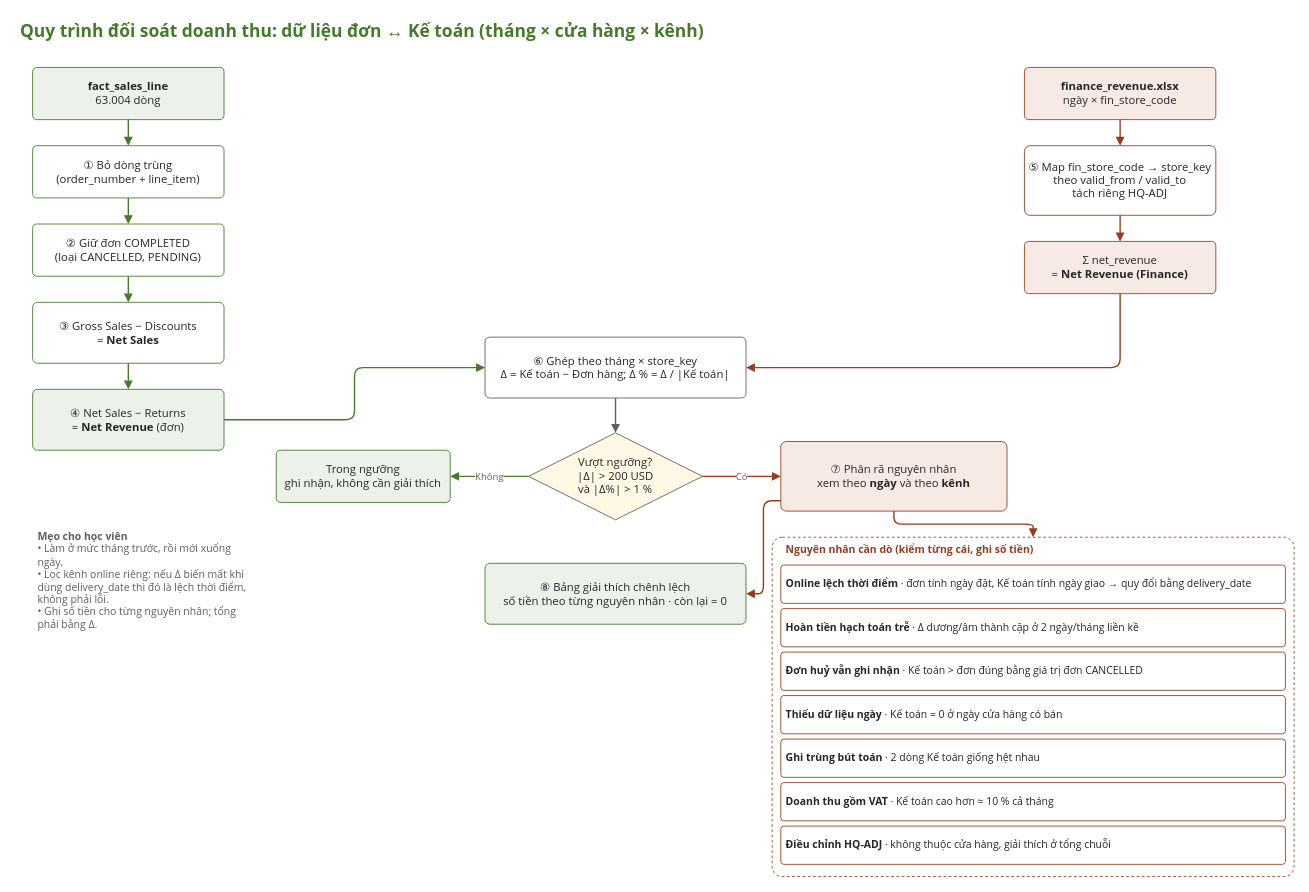
Above: Sales/Sales Data/Project 1/diagrams/03_quy_trinh_doi_soat.drawio in nguyennguyenphuc/eDA-Mentor (draw.io), before the change. Source tidied: cells renumbered, new cells numbered last; positions are measured from the earlier drawing's top-left corner, leaving out a move shared by most shapes. Both pictures are drawn from the tidied source at 87%, with x=0, y=0 at pixel (15, 15).
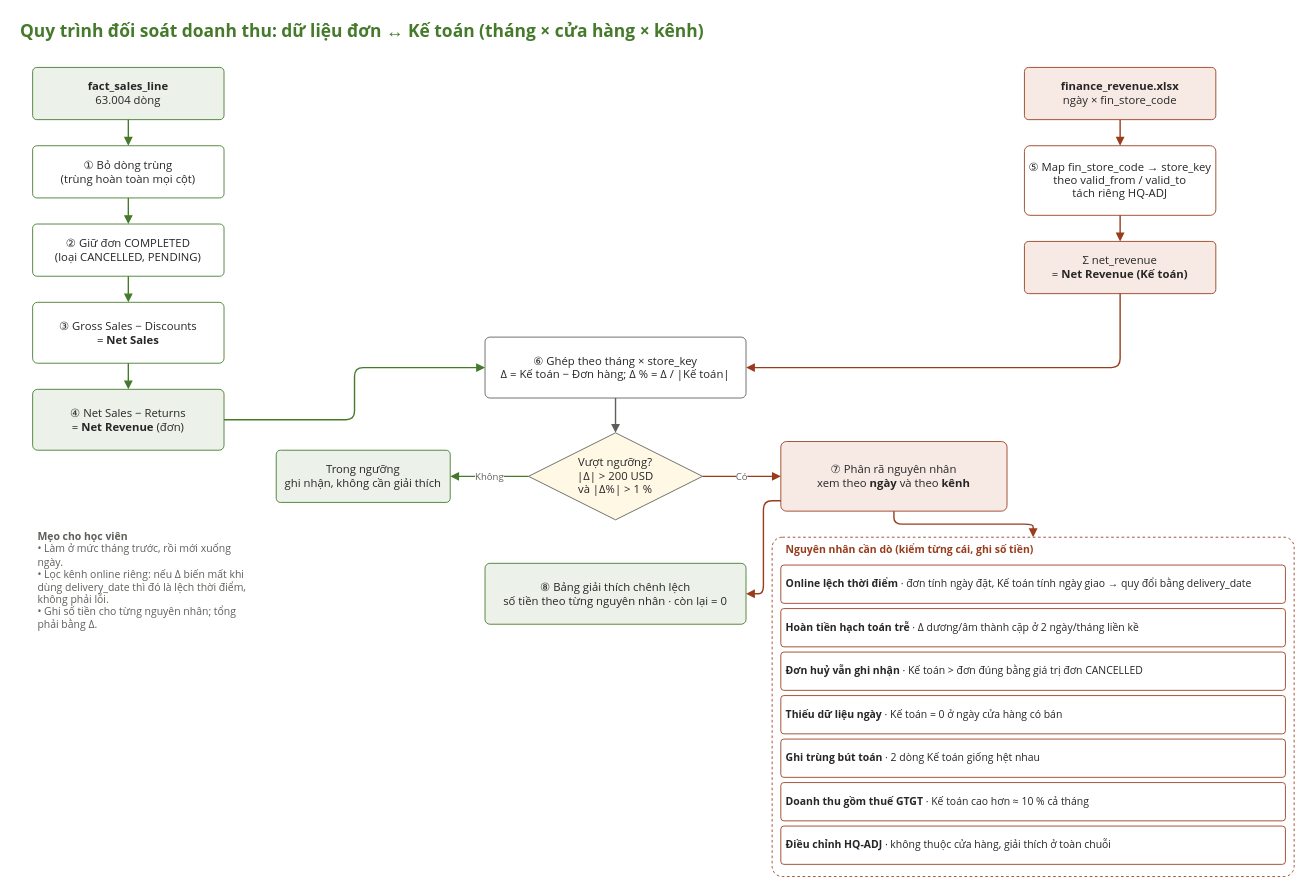
After the change.

Change to the diagram source:
```diff
@@
-    <mxCell id="4" value="① Bỏ dòng trùng&lt;br&gt;(order_number + line_item)" style="rounded=1;arcSize=8;whiteSpace=wrap;html=1;fillColor=#FFFFFF;strokeColor=#447A2A;fontColor=#262626;fontSize=13;fontFamily=Segoe UI;align=center;verticalAlign=middle;spacing=6;" parent="1" vertex="1">
+    <mxCell id="4" value="① Bỏ dòng trùng&lt;br&gt;(trùng hoàn toàn mọi cột)" style="rounded=1;arcSize=8;whiteSpace=wrap;html=1;fillColor=#FFFFFF;strokeColor=#447A2A;fontColor=#262626;fontSize=13;fontFamily=Segoe UI;align=center;verticalAlign=middle;spacing=6;" parent="1" vertex="1">
       <mxGeometry x="20" y="150" width="220" height="60" as="geometry" />
     </mxCell>
@@
-    <mxCell id="10" value="Σ net_revenue&lt;br&gt;= &lt;b&gt;Net Revenue (Finance)&lt;/b&gt;" style="rounded=1;arcSize=8;whiteSpace=wrap;html=1;fillColor=#F7EAE5;strokeColor=#993C1D;fontColor=#262626;fontSize=13;fontFamily=Segoe UI;align=center;verticalAlign=middle;spacing=6;" parent="1" vertex="1">
+    <mxCell id="10" value="Σ net_revenue&lt;br&gt;= &lt;b&gt;Net Revenue (Kế toán)&lt;/b&gt;" style="rounded=1;arcSize=8;whiteSpace=wrap;html=1;fillColor=#F7EAE5;strokeColor=#993C1D;fontColor=#262626;fontSize=13;fontFamily=Segoe UI;align=center;verticalAlign=middle;spacing=6;" parent="1" vertex="1">
       <mxGeometry x="1160" y="260" width="220" height="60" as="geometry" />
     </mxCell>
@@
-    <mxCell id="22" value="&lt;b&gt;Doanh thu gồm VAT&lt;/b&gt; · Kế toán cao hơn ≈ 10 % cả tháng" style="rounded=1;arcSize=8;whiteSpace=wrap;html=1;fillColor=#FFFFFF;strokeColor=#993C1D;fontColor=#262626;fontSize=12;fontFamily=Segoe UI;align=left;verticalAlign=middle;spacing=6;" parent="1" vertex="1">
+    <mxCell id="22" value="&lt;b&gt;Doanh thu gồm thuế GTGT&lt;/b&gt; · Kế toán cao hơn ≈ 10 % cả tháng" style="rounded=1;arcSize=8;whiteSpace=wrap;html=1;fillColor=#FFFFFF;strokeColor=#993C1D;fontColor=#262626;fontSize=12;fontFamily=Segoe UI;align=left;verticalAlign=middle;spacing=6;" parent="1" vertex="1">
       <mxGeometry x="880" y="882" width="580" height="44" as="geometry" />
     </mxCell>
-    <mxCell id="23" value="&lt;b&gt;Điều chỉnh HQ-ADJ&lt;/b&gt; · không thuộc cửa hàng, giải thích ở tổng chuỗi" style="rounded=1;arcSize=8;whiteSpace=wrap;html=1;fillColor=#FFFFFF;strokeColor=#993C1D;fontColor=#262626;fontSize=12;fontFamily=Segoe UI;align=left;verticalAlign=middle;spacing=6;" parent="1" vertex="1">
+    <mxCell id="23" value="&lt;b&gt;Điều chỉnh HQ-ADJ&lt;/b&gt; · không thuộc cửa hàng, giải thích ở toàn chuỗi" style="rounded=1;arcSize=8;whiteSpace=wrap;html=1;fillColor=#FFFFFF;strokeColor=#993C1D;fontColor=#262626;fontSize=12;fontFamily=Segoe UI;align=left;verticalAlign=middle;spacing=6;" parent="1" vertex="1">
       <mxGeometry x="880" y="932" width="580" height="44" as="geometry" />
     </mxCell>
```
